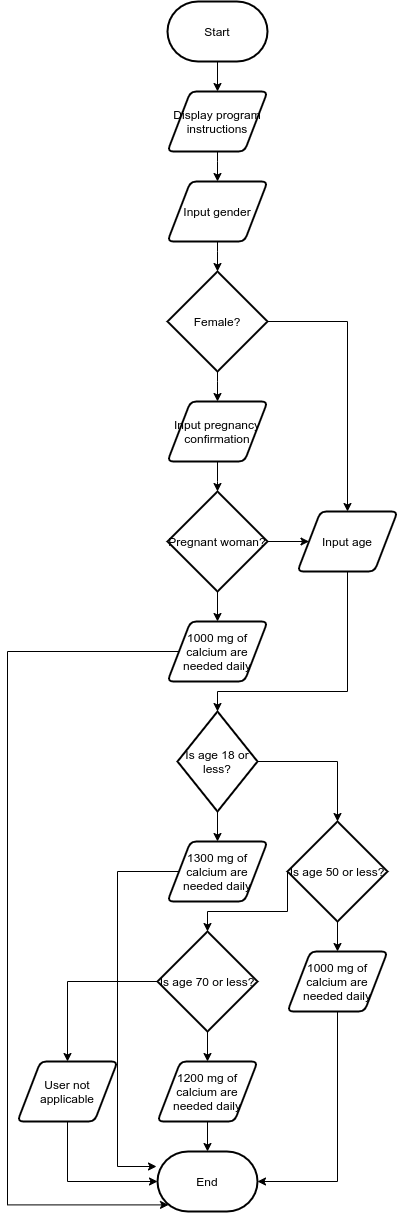
The draw.io diagram diagram.png in 7assan-5alloof/ex13ControlStructures, before a commit. Source tidied: cells renumbered, new cells last; positions are measured from the earlier drawing's top-left corner, leaving out a move shared by most shapes.
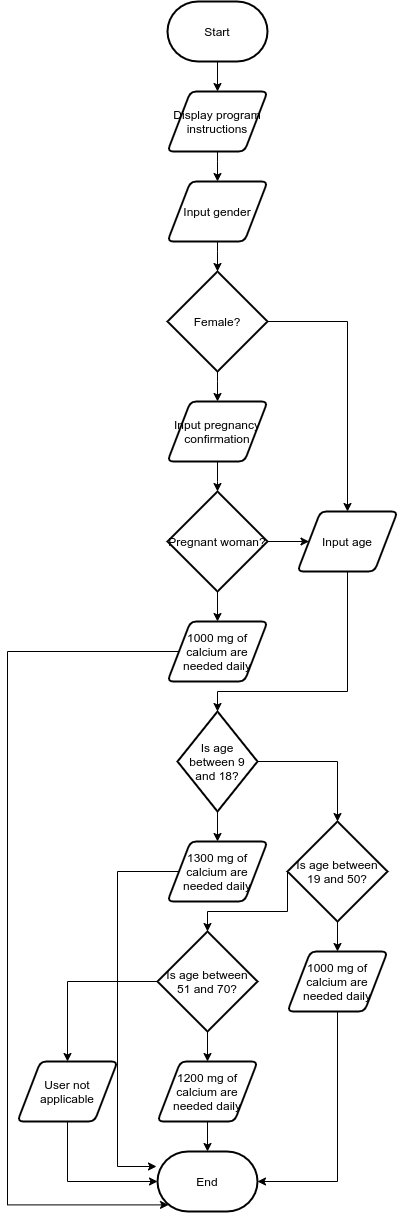
The same diagram one commit later.

Commit message:
Fixed problem of ages that apply to all conditional statements

What changed in the source:
```diff
@@ -92,7 +92,7 @@
     <mxCell id="21" style="edgeStyle=orthogonalEdgeStyle;rounded=0;jettySize=auto;html=1;exitX=1;exitY=0.5;exitDx=0;exitDy=0;exitPerimeter=0;" parent="1" edge="1" source="22" target="27">
       <mxGeometry relative="1" as="geometry" />
     </mxCell>
-    <mxCell id="22" value="Is age 18 or less?" style="strokeWidth=2;html=1;shape=mxgraph.flowchart.decision;whiteSpace=wrap;" parent="1" vertex="1">
+    <mxCell id="22" value="Is age between 9 and 18?" style="strokeWidth=2;html=1;shape=mxgraph.flowchart.decision;whiteSpace=wrap;" parent="1" vertex="1">
       <mxGeometry x="170" y="710" width="80" height="100" as="geometry" />
     </mxCell>
     <mxCell id="23" style="edgeStyle=orthogonalEdgeStyle;rounded=0;jettySize=auto;html=1;exitX=0;exitY=0.5;exitDx=0;exitDy=0;entryX=-0.01;entryY=0.25;entryDx=0;entryDy=0;entryPerimeter=0;" parent="1" edge="1" source="24" target="35">
@@ -117,7 +117,7 @@
         </Array>
       </mxGeometry>
     </mxCell>
-    <mxCell id="27" value="Is age 50 or less?" style="strokeWidth=2;html=1;shape=mxgraph.flowchart.decision;whiteSpace=wrap;" parent="1" vertex="1">
+    <mxCell id="27" value="Is age between 19 and 50?" style="strokeWidth=2;html=1;shape=mxgraph.flowchart.decision;whiteSpace=wrap;" parent="1" vertex="1">
       <mxGeometry x="280" y="820" width="100" height="100" as="geometry" />
     </mxCell>
     <mxCell id="28" style="edgeStyle=orthogonalEdgeStyle;rounded=0;jettySize=auto;html=1;exitX=0.5;exitY=1;exitDx=0;exitDy=0;entryX=1;entryY=0.5;entryDx=0;entryDy=0;entryPerimeter=0;" parent="1" edge="1" source="29" target="35">
@@ -132,7 +132,7 @@
     <mxCell id="31" style="edgeStyle=orthogonalEdgeStyle;rounded=0;jettySize=auto;html=1;exitX=0;exitY=0.5;exitDx=0;exitDy=0;exitPerimeter=0;" parent="1" edge="1" source="32" target="37">
       <mxGeometry relative="1" as="geometry" />
     </mxCell>
-    <mxCell id="32" value="Is age 70 or less?" style="strokeWidth=2;html=1;shape=mxgraph.flowchart.decision;whiteSpace=wrap;" parent="1" vertex="1">
+    <mxCell id="32" value="Is age between 51 and 70?" style="strokeWidth=2;html=1;shape=mxgraph.flowchart.decision;whiteSpace=wrap;" parent="1" vertex="1">
       <mxGeometry x="150" y="930" width="100" height="100" as="geometry" />
     </mxCell>
     <mxCell id="33" style="edgeStyle=orthogonalEdgeStyle;rounded=0;jettySize=auto;html=1;exitX=0.5;exitY=1;exitDx=0;exitDy=0;" parent="1" edge="1" source="34" target="35">
```
